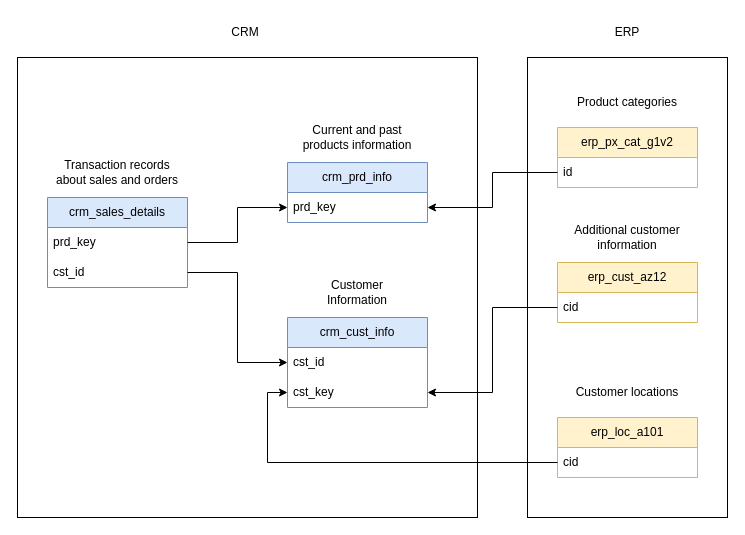
Before: docs/integration-model.drawio in EveningStack/SQL-Data-Warehouse-Project, a draw.io diagram. Source tidied: cells renumbered, new cells numbered last; positions are measured from the earlier drawing's top-left corner, leaving out a move shared by most shapes. Both pictures are drawn from the tidied source at 100%, with x=0, y=0 at pixel (17, 17).
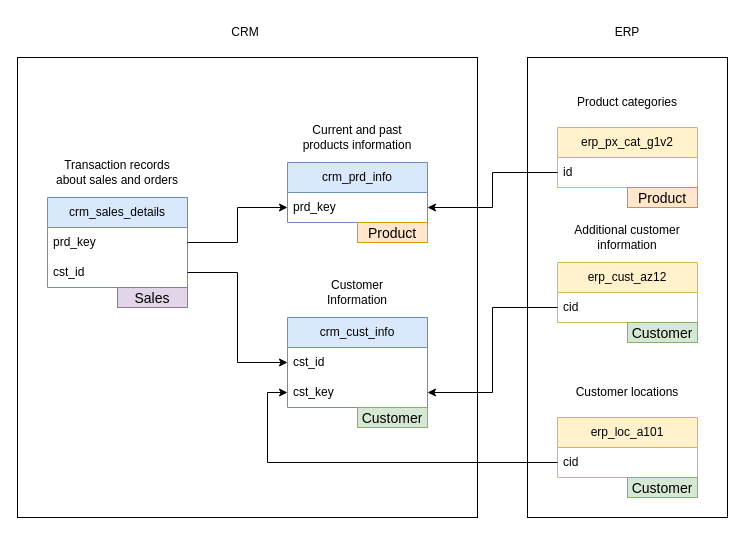
Above is the later version.

Commit message (it also covers changes not shown here):
Finalized the gold layer and updated the diagrams.

The edit, as a diff of the source:
```diff
@@
+    <mxCell id="31" value="&lt;font style=&quot;font-size: 14px;&quot;&gt;Product&lt;/font&gt;" style="text;html=1;strokeColor=#d79b00;fillColor=#ffe6cc;align=center;verticalAlign=middle;whiteSpace=wrap;overflow=hidden;" parent="1" vertex="1">
+      <mxGeometry x="340" y="205" width="70" height="20" as="geometry" />
+    </mxCell>
+    <mxCell id="32" value="&lt;font style=&quot;font-size: 14px;&quot;&gt;Product&lt;/font&gt;" style="text;html=1;strokeColor=#d79b00;fillColor=#ffe6cc;align=center;verticalAlign=middle;whiteSpace=wrap;overflow=hidden;" parent="1" vertex="1">
+      <mxGeometry x="610" y="170" width="70" height="20" as="geometry" />
+    </mxCell>
+    <mxCell id="33" value="Customer" style="text;html=1;strokeColor=#82b366;fillColor=#d5e8d4;align=center;verticalAlign=middle;whiteSpace=wrap;overflow=hidden;fontSize=14;" parent="1" vertex="1">
+      <mxGeometry x="340" y="390" width="70" height="20" as="geometry" />
+    </mxCell>
+    <mxCell id="34" value="Customer" style="text;html=1;strokeColor=#82b366;fillColor=#d5e8d4;align=center;verticalAlign=middle;whiteSpace=wrap;overflow=hidden;fontSize=14;" parent="1" vertex="1">
+      <mxGeometry x="610" y="305" width="70" height="20" as="geometry" />
+    </mxCell>
+    <mxCell id="35" value="Customer" style="text;html=1;strokeColor=#82b366;fillColor=#d5e8d4;align=center;verticalAlign=middle;whiteSpace=wrap;overflow=hidden;fontSize=14;" parent="1" vertex="1">
+      <mxGeometry x="610" y="460" width="70" height="20" as="geometry" />
+    </mxCell>
+    <mxCell id="36" value="Sales" style="text;html=1;strokeColor=#9673a6;fillColor=#e1d5e7;align=center;verticalAlign=middle;whiteSpace=wrap;overflow=hidden;fontSize=14;" parent="1" vertex="1">
+      <mxGeometry x="100" y="270" width="70" height="20" as="geometry" />
+    </mxCell>
```
